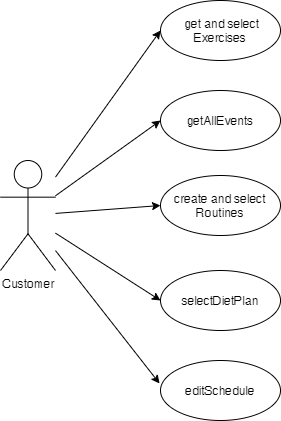
Before: Diagrams/UseCases/Customer.png, a diagram exported from draw.io (renttrent/Techengers). Source tidied: cells renumbered, new cells last; positions are measured from the earlier drawing's top-left corner, leaving out a move shared by most shapes. Source of this version:
```xml
<mxGraphModel>
  <root>
    <mxCell id="0" />
    <mxCell id="1" parent="0" />
    <mxCell id="2" style="edgeStyle=none;rounded=0;jettySize=auto;html=1;entryX=0;entryY=0.5;entryDx=0;entryDy=0;" parent="1" edge="1" source="7" target="8">
      <mxGeometry relative="1" as="geometry" />
    </mxCell>
    <mxCell id="3" style="edgeStyle=none;rounded=0;jettySize=auto;html=1;entryX=0;entryY=0.5;entryDx=0;entryDy=0;" parent="1" edge="1" source="7" target="9">
      <mxGeometry relative="1" as="geometry" />
    </mxCell>
    <mxCell id="4" style="edgeStyle=none;rounded=0;jettySize=auto;html=1;entryX=0;entryY=0.5;entryDx=0;entryDy=0;" parent="1" edge="1" source="7" target="10">
      <mxGeometry relative="1" as="geometry" />
    </mxCell>
    <mxCell id="5" style="edgeStyle=none;rounded=0;jettySize=auto;html=1;entryX=0;entryY=0.5;entryDx=0;entryDy=0;" parent="1" edge="1" source="7" target="11">
      <mxGeometry relative="1" as="geometry" />
    </mxCell>
    <mxCell id="6" style="edgeStyle=none;rounded=0;jettySize=auto;html=1;entryX=-0.008;entryY=0.383;entryDx=0;entryDy=0;entryPerimeter=0;" parent="1" edge="1" source="7" target="12">
      <mxGeometry relative="1" as="geometry" />
    </mxCell>
    <mxCell id="7" value="Customer" style="shape=umlActor;verticalLabelPosition=bottom;verticalAlign=top;html=1;outlineConnect=0;" parent="1" vertex="1">
      <mxGeometry y="160" width="55" height="110" as="geometry" />
    </mxCell>
    <mxCell id="8" value="&amp;nbsp;get and select Exercises" style="ellipse;whiteSpace=wrap;html=1;" parent="1" vertex="1">
      <mxGeometry x="160" width="120" height="60" as="geometry" />
    </mxCell>
    <mxCell id="9" value="getAllEvents" style="ellipse;whiteSpace=wrap;html=1;" parent="1" vertex="1">
      <mxGeometry x="160" y="90" width="120" height="60" as="geometry" />
    </mxCell>
    <mxCell id="10" value="create and select Routines" style="ellipse;whiteSpace=wrap;html=1;" parent="1" vertex="1">
      <mxGeometry x="160" y="175" width="120" height="60" as="geometry" />
    </mxCell>
    <mxCell id="11" value="selectDietPlan" style="ellipse;whiteSpace=wrap;html=1;" parent="1" vertex="1">
      <mxGeometry x="160" y="270" width="120" height="60" as="geometry" />
    </mxCell>
    <mxCell id="12" value="editSchedule" style="ellipse;whiteSpace=wrap;html=1;" parent="1" vertex="1">
      <mxGeometry x="160" y="360" width="120" height="60" as="geometry" />
    </mxCell>
  </root>
</mxGraphModel>
```
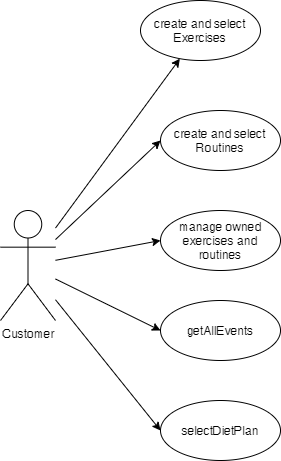
Above is the later version.

The edit, as a diff of the source:
```diff
@@ -2,9 +2,6 @@
   <root>
     <mxCell id="0" />
     <mxCell id="1" parent="0" />
-    <mxCell id="2" style="edgeStyle=none;rounded=0;jettySize=auto;html=1;entryX=0;entryY=0.5;entryDx=0;entryDy=0;" parent="1" edge="1" source="7" target="8">
-      <mxGeometry relative="1" as="geometry" />
-    </mxCell>
     <mxCell id="3" style="edgeStyle=none;rounded=0;jettySize=auto;html=1;entryX=0;entryY=0.5;entryDx=0;entryDy=0;" parent="1" edge="1" source="7" target="9">
       <mxGeometry relative="1" as="geometry" />
     </mxCell>
@@ -14,26 +11,29 @@
     <mxCell id="5" style="edgeStyle=none;rounded=0;jettySize=auto;html=1;entryX=0;entryY=0.5;entryDx=0;entryDy=0;" parent="1" edge="1" source="7" target="11">
       <mxGeometry relative="1" as="geometry" />
     </mxCell>
-    <mxCell id="6" style="edgeStyle=none;rounded=0;jettySize=auto;html=1;entryX=-0.008;entryY=0.383;entryDx=0;entryDy=0;entryPerimeter=0;" parent="1" edge="1" source="7" target="12">
-      <mxGeometry relative="1" as="geometry" />
-    </mxCell>
+    <mxCell id="2" style="rounded=0;jettySize=auto;html=1;" parent="1" edge="1" source="7" target="8">
+      <mxGeometry relative="1" as="geometry" />
+    </mxCell>
+    <mxCell id="13" style="edgeStyle=none;rounded=0;jettySize=auto;html=1;entryX=0;entryY=0.5;entryDx=0;entryDy=0;" parent="1" edge="1" source="7" target="14">
+      <mxGeometry relative="1" as="geometry" />
+    </mxCell>
     <mxCell id="7" value="Customer" style="shape=umlActor;verticalLabelPosition=bottom;verticalAlign=top;html=1;outlineConnect=0;" parent="1" vertex="1">
       <mxGeometry y="160" width="55" height="110" as="geometry" />
     </mxCell>
-    <mxCell id="8" value="&amp;nbsp;get and select Exercises" style="ellipse;whiteSpace=wrap;html=1;" parent="1" vertex="1">
-      <mxGeometry x="160" width="120" height="60" as="geometry" />
+    <mxCell id="8" value="create and select Exercises" style="ellipse;whiteSpace=wrap;html=1;" parent="1" vertex="1">
+      <mxGeometry x="140" y="-50" width="120" height="60" as="geometry" />
     </mxCell>
     <mxCell id="9" value="getAllEvents" style="ellipse;whiteSpace=wrap;html=1;" parent="1" vertex="1">
-      <mxGeometry x="160" y="90" width="120" height="60" as="geometry" />
+      <mxGeometry x="160" y="250" width="120" height="60" as="geometry" />
     </mxCell>
     <mxCell id="10" value="create and select Routines" style="ellipse;whiteSpace=wrap;html=1;" parent="1" vertex="1">
-      <mxGeometry x="160" y="175" width="120" height="60" as="geometry" />
+      <mxGeometry x="160" y="60" width="120" height="60" as="geometry" />
     </mxCell>
     <mxCell id="11" value="selectDietPlan" style="ellipse;whiteSpace=wrap;html=1;" parent="1" vertex="1">
-      <mxGeometry x="160" y="270" width="120" height="60" as="geometry" />
+      <mxGeometry x="160" y="350" width="120" height="60" as="geometry" />
     </mxCell>
-    <mxCell id="12" value="editSchedule" style="ellipse;whiteSpace=wrap;html=1;" parent="1" vertex="1">
-      <mxGeometry x="160" y="360" width="120" height="60" as="geometry" />
-    </mxCell>
+    <mxCell id="14" value="manage owned exercises and routines" style="ellipse;whiteSpace=wrap;html=1;" parent="1" vertex="1">
+      <mxGeometry x="160" y="160" width="120" height="60" as="geometry" />
+    </mxCell>
   </root>
 </mxGraphModel>
```
